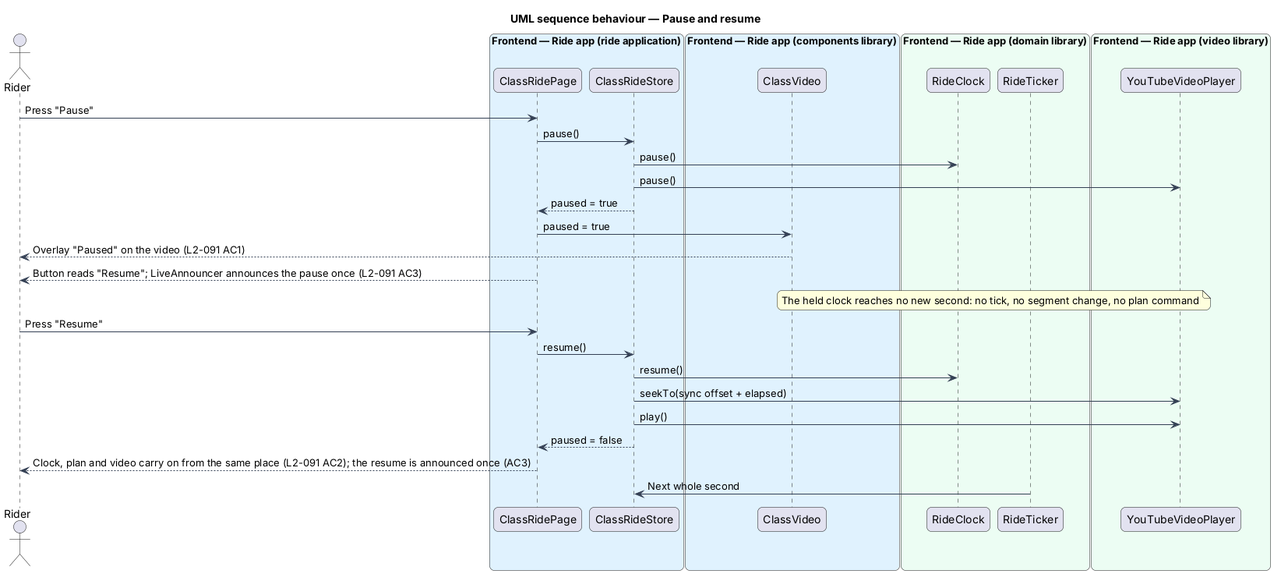
Earlier version of the PlantUML export docs/detailed-designs/class-ride/pause-leave-or-finish-the-class/diagrams/sequence-pause-and-resume.png (QuinntyneBrown/ride-one).
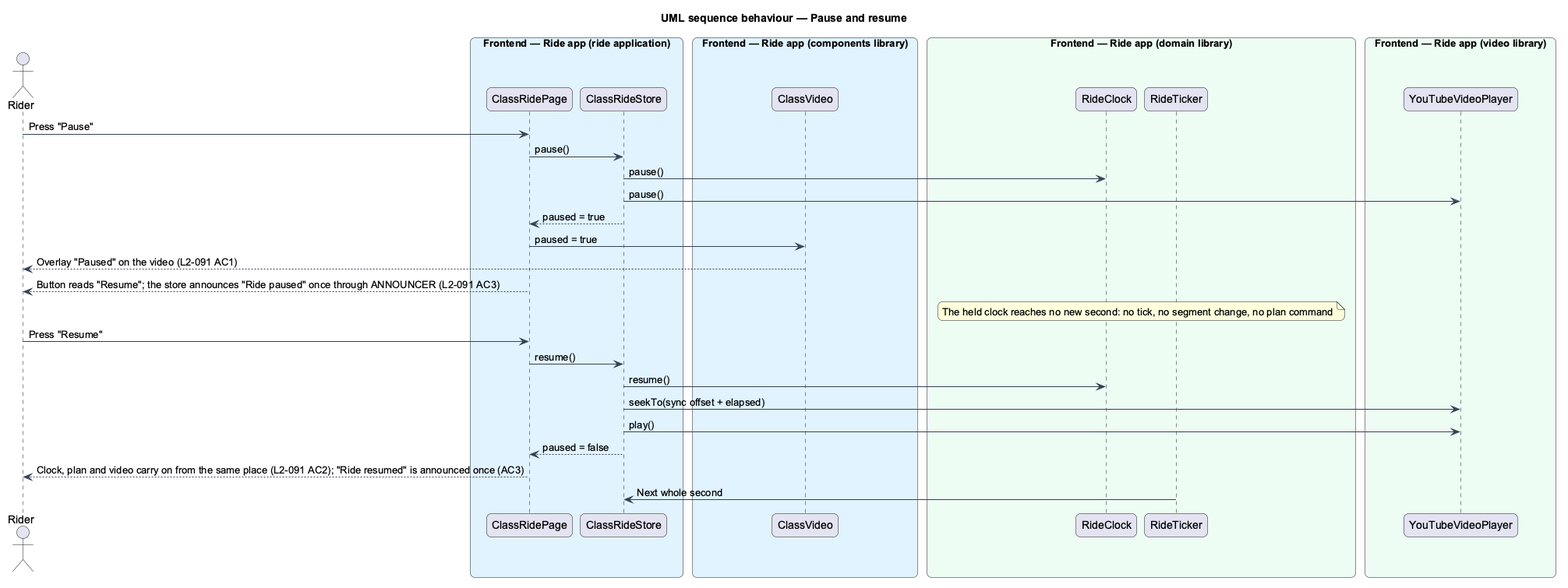
After the change.

Change to the diagram source:
```diff
@@ -36,7 +36,7 @@
 store --> page : paused = true
 page -> cvideo : paused = true
 cvideo --> rider : Overlay "Paused" on the video (L2-091 AC1)
-page --> rider : Button reads "Resume"; LiveAnnouncer announces the pause once (L2-091 AC3)
+page --> rider : Button reads "Resume"; the store announces "Ride paused" once through ANNOUNCER (L2-091 AC3)
 note over clock, ticker : The held clock reaches no new second: no tick, no segment change, no plan command
 rider -> page : Press "Resume"
 page -> store : resume()
@@ -44,6 +44,6 @@
 store -> player : seekTo(sync offset + elapsed)
 store -> player : play()
 store --> page : paused = false
-page --> rider : Clock, plan and video carry on from the same place (L2-091 AC2); the resume is announced once (AC3)
+page --> rider : Clock, plan and video carry on from the same place (L2-091 AC2); "Ride resumed" is announced once (AC3)
 ticker -> store : Next whole second
 @enduml
```
